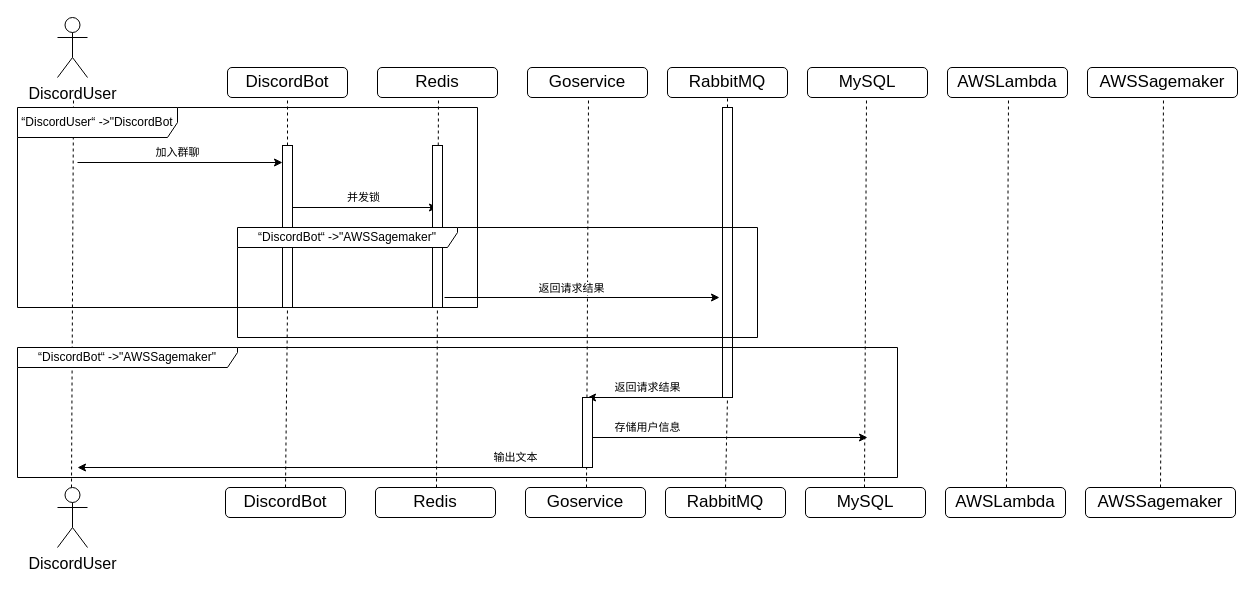
The draw.io diagram Untitled Diagram.drawio in Runrun-mu/data, before the edit. Source tidied: cells renumbered, new cells numbered last; positions are measured from the earlier drawing's top-left corner, leaving out a move shared by most shapes. Both pictures are drawn from the tidied source at 100%, with x=0, y=0 at pixel (17, 17).
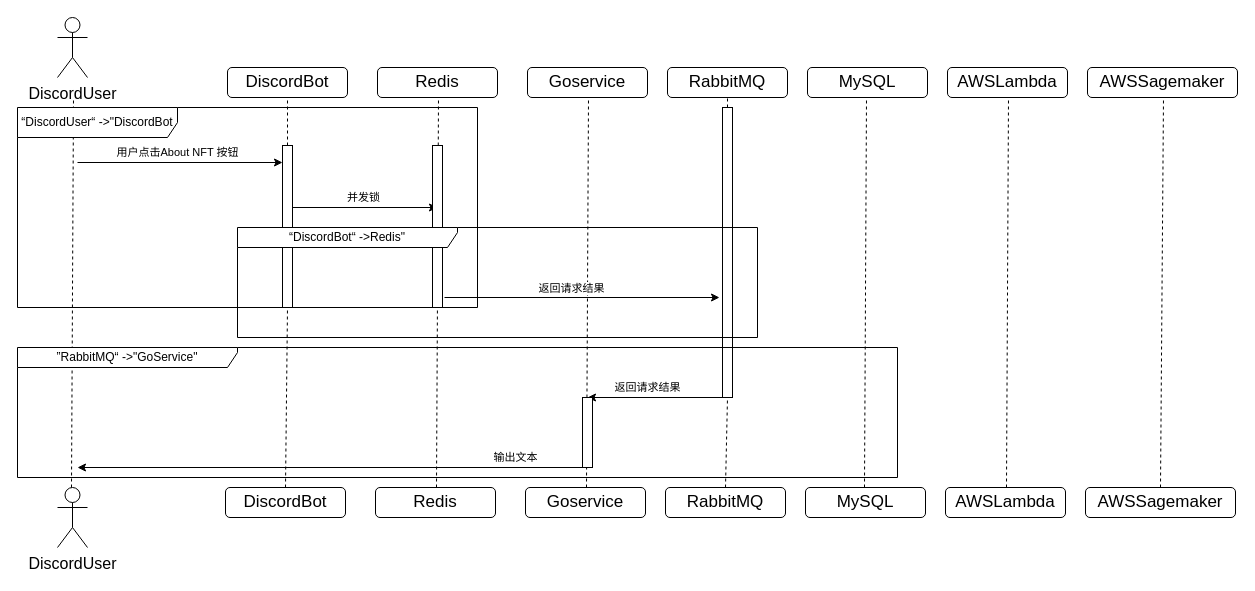
The same diagram, later.

The edit, as a diff of the source:
```diff
@@
-    <mxCell id="26" value="加入群聊" style="endArrow=classic;html=1;rounded=0;" parent="1" edge="1">
+    <mxCell id="26" value="用户点击About NFT 按钮" style="endArrow=classic;html=1;rounded=0;" parent="1" edge="1">
       <mxGeometry x="-0.02" y="10" relative="1" as="geometry">
         <mxPoint x="60" y="145" as="sourcePoint" />
         <mxPoint x="265" y="145" as="targetPoint" />
       </mxGeometry>
     </mxCell>
@@
-    <mxCell id="34" value="存储用户信息" style="endArrow=classic;html=1;rounded=0;" parent="1" edge="1">
-      <mxGeometry x="-0.6" y="10" relative="1" as="geometry">
-        <mxPoint x="575" y="420" as="sourcePoint" />
-        <mxPoint x="850" y="420" as="targetPoint" />
-      </mxGeometry>
-    </mxCell>
@@
-    <mxCell id="38" value="“DiscordBot“ -&amp;gt;&quot;AWSSagemaker&quot;" style="shape=umlFrame;whiteSpace=wrap;html=1;width=220;height=20;" parent="1" vertex="1">
+    <mxCell id="38" value="“DiscordBot“ -&amp;gt;Redis&quot;" style="shape=umlFrame;whiteSpace=wrap;html=1;width=220;height=20;" parent="1" vertex="1">
       <mxGeometry x="220" y="210" width="520" height="110" as="geometry" />
     </mxCell>
@@
-    <mxCell id="40" value="“DiscordBot“ -&amp;gt;&quot;AWSSagemaker&quot;" style="shape=umlFrame;whiteSpace=wrap;html=1;width=220;height=20;" parent="1" vertex="1">
+    <mxCell id="40" value="”RabbitMQ“ -&amp;gt;&quot;GoService&quot;" style="shape=umlFrame;whiteSpace=wrap;html=1;width=220;height=20;" parent="1" vertex="1">
       <mxGeometry y="330" width="880" height="130" as="geometry" />
     </mxCell>
```
